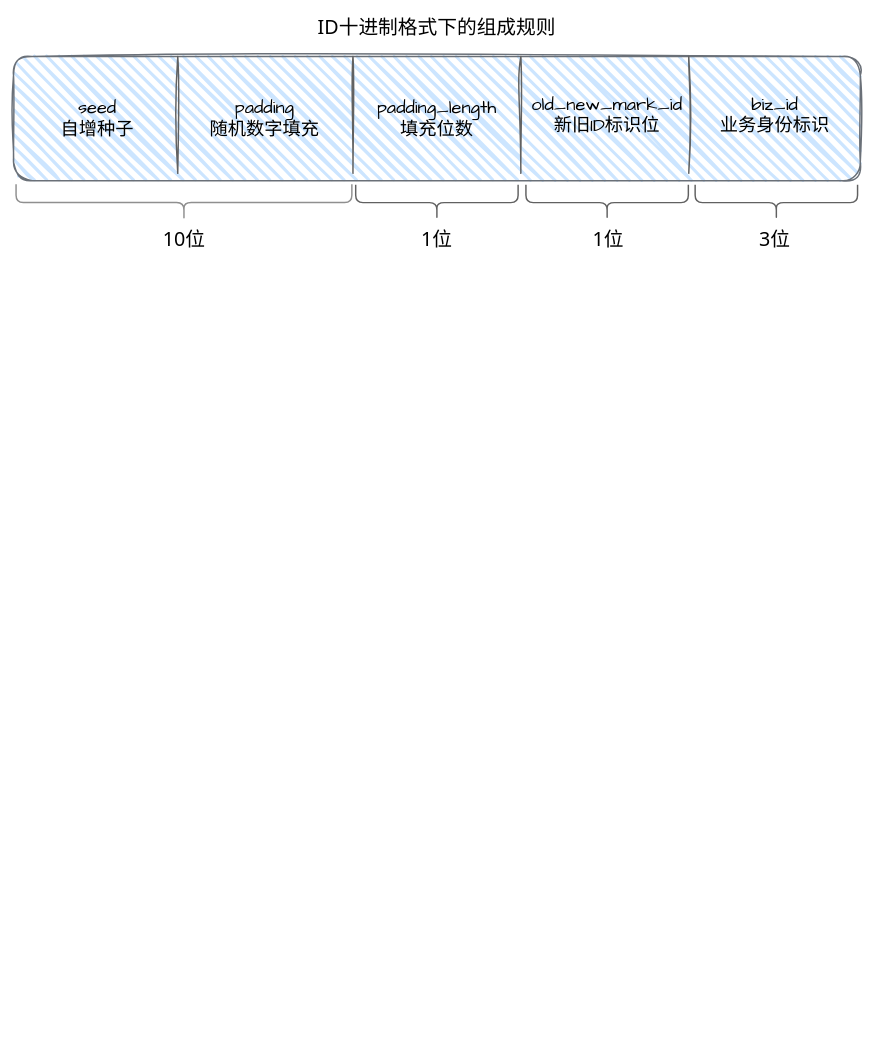
dimdark/my-drawio keeps this draw.io diagram as pictures/csd-id.drawio. Above is the earlier version. Source tidied: cells renumbered, new cells numbered last; positions are measured from the earlier drawing's top-left corner, leaving out a move shared by most shapes. Both pictures are drawn from the tidied source at 73%, with x=0, y=0 at pixel (13, 12).
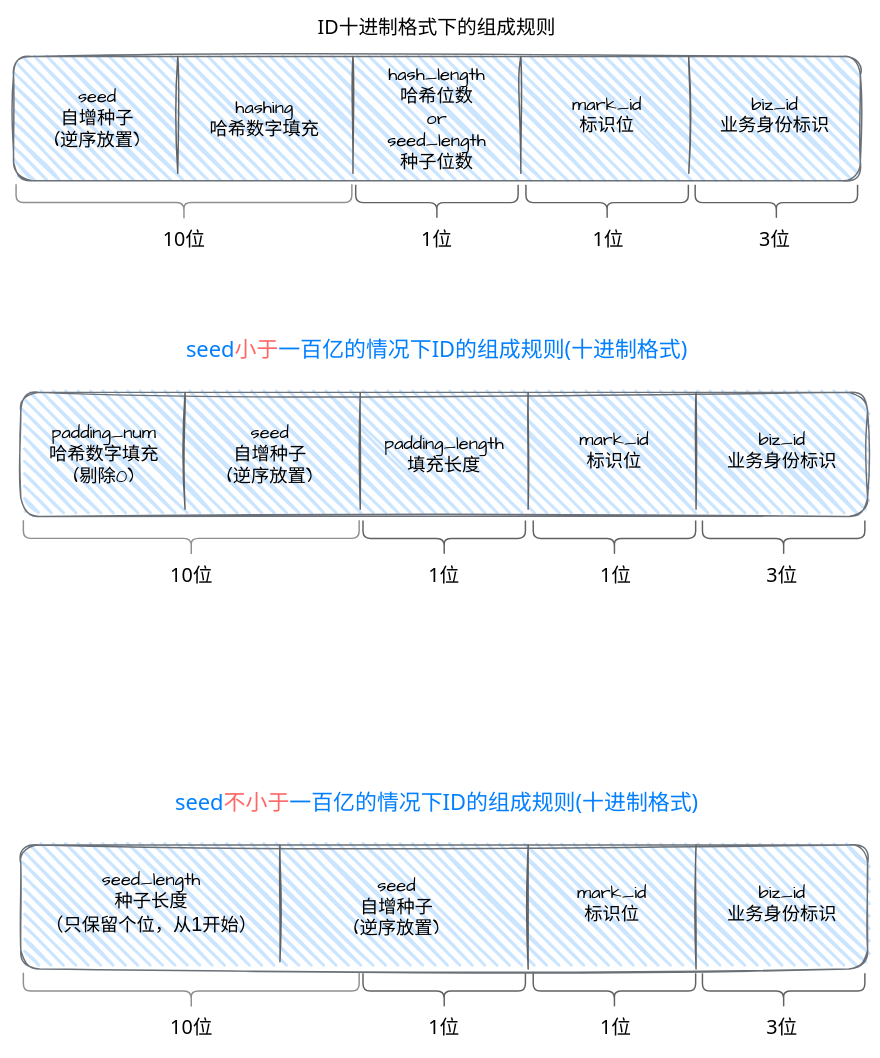
The same page after the edit.

What changed in the source:
```diff
@@
-    <mxCell id="3" value="&lt;font style=&quot;font-size: 25px;&quot;&gt;seed&lt;br style=&quot;font-size: 25px;&quot;&gt;自增种子&lt;/font&gt;" style="text;html=1;strokeColor=none;fillColor=none;align=center;verticalAlign=middle;whiteSpace=wrap;rounded=0;sketch=1;hachureGap=4;jiggle=2;fontFamily=Architects Daughter;fontSize=25;" parent="1" vertex="1">
+    <mxCell id="3" value="&lt;font style=&quot;font-size: 25px;&quot;&gt;seed&lt;br style=&quot;font-size: 25px;&quot;&gt;自增种子&lt;br&gt;(逆序放置)&lt;/font&gt;" style="text;html=1;strokeColor=none;fillColor=none;align=center;verticalAlign=middle;whiteSpace=wrap;rounded=0;sketch=1;hachureGap=4;jiggle=2;fontFamily=Architects Daughter;fontSize=25;" parent="1" vertex="1">
       <mxGeometry x="40" y="110" width="150" height="70" as="geometry" />
     </mxCell>
@@
-    <mxCell id="8" value="&lt;font style=&quot;font-size: 25px;&quot;&gt;padding&lt;br style=&quot;font-size: 25px;&quot;&gt;随机数字填充&lt;br style=&quot;font-size: 25px;&quot;&gt;&lt;/font&gt;" style="text;html=1;strokeColor=none;fillColor=none;align=center;verticalAlign=middle;whiteSpace=wrap;rounded=0;sketch=1;hachureGap=4;jiggle=2;fontFamily=Architects Daughter;fontSize=25;" parent="1" vertex="1">
+    <mxCell id="8" value="&lt;font style=&quot;font-size: 25px;&quot;&gt;hashing&lt;br style=&quot;font-size: 25px;&quot;&gt;哈希数字填充&lt;br style=&quot;font-size: 25px;&quot;&gt;&lt;/font&gt;" style="text;html=1;strokeColor=none;fillColor=none;align=center;verticalAlign=middle;whiteSpace=wrap;rounded=0;sketch=1;hachureGap=4;jiggle=2;fontFamily=Architects Daughter;fontSize=25;" parent="1" vertex="1">
       <mxGeometry x="258.5" y="110" width="170" height="70" as="geometry" />
     </mxCell>
-    <mxCell id="9" value="&lt;font style=&quot;font-size: 25px;&quot;&gt;padding_length&lt;br style=&quot;font-size: 25px;&quot;&gt;填充位数&lt;br style=&quot;font-size: 25px;&quot;&gt;&lt;/font&gt;" style="text;html=1;strokeColor=none;fillColor=none;align=center;verticalAlign=middle;whiteSpace=wrap;rounded=0;sketch=1;hachureGap=4;jiggle=2;fontFamily=Architects Daughter;fontSize=25;" parent="1" vertex="1">
+    <mxCell id="9" value="&lt;font style=&quot;font-size: 25px;&quot;&gt;hash_length&lt;br&gt;哈希位数&lt;br&gt;or&lt;br&gt;seed_length&lt;br style=&quot;font-size: 25px;&quot;&gt;种子位数&lt;br style=&quot;font-size: 25px;&quot;&gt;&lt;/font&gt;" style="text;html=1;strokeColor=none;fillColor=none;align=center;verticalAlign=middle;whiteSpace=wrap;rounded=0;sketch=1;hachureGap=4;jiggle=2;fontFamily=Architects Daughter;fontSize=25;" parent="1" vertex="1">
       <mxGeometry x="495" y="110" width="170" height="70" as="geometry" />
     </mxCell>
-    <mxCell id="10" value="&lt;font style=&quot;font-size: 25px;&quot;&gt;old_new_mark_id&lt;br&gt;新旧ID标识位&lt;br style=&quot;font-size: 25px;&quot;&gt;&lt;br style=&quot;font-size: 25px;&quot;&gt;&lt;/font&gt;" style="text;html=1;strokeColor=none;fillColor=none;align=center;verticalAlign=middle;whiteSpace=wrap;rounded=0;sketch=1;hachureGap=4;jiggle=2;fontFamily=Architects Daughter;fontSize=25;" parent="1" vertex="1">
+    <mxCell id="10" value="&lt;font style=&quot;font-size: 25px;&quot;&gt;mark_id&lt;br&gt;标识位&lt;br style=&quot;font-size: 25px;&quot;&gt;&lt;br style=&quot;font-size: 25px;&quot;&gt;&lt;/font&gt;" style="text;html=1;strokeColor=none;fillColor=none;align=center;verticalAlign=middle;whiteSpace=wrap;rounded=0;sketch=1;hachureGap=4;jiggle=2;fontFamily=Architects Daughter;fontSize=25;" parent="1" vertex="1">
       <mxGeometry x="728.1" y="120" width="170" height="70" as="geometry" />
     </mxCell>
@@
+    <mxCell id="21" value="seed&lt;font color=&quot;#ff6666&quot; style=&quot;font-size: 30px;&quot;&gt;小于&lt;/font&gt;一百亿的情况下ID的组成规则(十进制格式)" style="text;html=1;strokeColor=none;fillColor=none;align=center;verticalAlign=middle;whiteSpace=wrap;rounded=0;shadow=0;glass=0;sketch=0;fillWeight=10;hachureGap=12;jiggle=2;strokeWidth=2;fontFamily=Tahoma;fontSize=30;fontColor=#007FFF;fontStyle=0;" parent="1" vertex="1">
+      <mxGeometry x="230" y="430" width="700" height="60" as="geometry" />
+    </mxCell>
+    <mxCell id="22" style="rounded=1;whiteSpace=wrap;html=1;strokeWidth=2;fillWeight=4;hachureGap=12;hachureAngle=45;fillColor=#cce5ff;sketch=1;jiggle=2;fontFamily=Architects Daughter;fontSize=20;strokeColor=#6A7078;imageAspect=1;shadow=0;glass=0;" parent="1" vertex="1">
+      <mxGeometry x="10" y="520" width="1160" height="170" as="geometry" />
+    </mxCell>
+    <mxCell id="23" value="&lt;font style=&quot;font-size: 25px;&quot;&gt;seed&lt;br style=&quot;font-size: 25px;&quot;&gt;自增种子&lt;br&gt;(逆序放置)&lt;/font&gt;" style="text;html=1;strokeColor=none;fillColor=none;align=center;verticalAlign=middle;whiteSpace=wrap;rounded=0;sketch=1;hachureGap=4;jiggle=2;fontFamily=Architects Daughter;fontSize=25;" parent="1" vertex="1">
+      <mxGeometry x="263.5" y="570" width="175" height="70" as="geometry" />
+    </mxCell>
+    <mxCell id="24" style="line;strokeWidth=2;direction=south;html=1;sketch=1;fillWeight=10;hachureGap=12;jiggle=2;fontFamily=Architects Daughter;fontSize=20;fillColor=#3333FF;strokeColor=#616161;" parent="1" vertex="1">
+      <mxGeometry x="230" y="520" width="10" height="160" as="geometry" />
+    </mxCell>
+    <mxCell id="25" style="line;strokeWidth=2;direction=south;html=1;sketch=1;fillWeight=10;hachureGap=12;jiggle=2;fontFamily=Architects Daughter;fontSize=20;fillColor=#3333FF;strokeColor=#616161;" parent="1" vertex="1">
+      <mxGeometry x="470" y="520" width="10" height="160" as="geometry" />
+    </mxCell>
+    <mxCell id="26" style="line;strokeWidth=2;direction=south;html=1;sketch=1;fillWeight=10;hachureGap=12;jiggle=2;fontFamily=Architects Daughter;fontSize=20;fillColor=#3333FF;strokeColor=#616161;" parent="1" vertex="1">
+      <mxGeometry x="700" y="520" width="10" height="160" as="geometry" />
+    </mxCell>
+    <mxCell id="27" style="line;strokeWidth=2;direction=south;html=1;sketch=1;fillWeight=10;hachureGap=12;jiggle=2;fontFamily=Architects Daughter;fontSize=20;fillColor=#3333FF;strokeColor=#616161;" parent="1" vertex="1">
+      <mxGeometry x="930" y="520" width="10" height="160" as="geometry" />
+    </mxCell>
+    <mxCell id="28" value="&lt;font style=&quot;font-size: 25px;&quot;&gt;padding_num&lt;br style=&quot;font-size: 25px;&quot;&gt;哈希数字填充(剔除0)&lt;br style=&quot;font-size: 25px;&quot;&gt;&lt;/font&gt;" style="text;html=1;strokeColor=none;fillColor=none;align=center;verticalAlign=middle;whiteSpace=wrap;rounded=0;sketch=1;hachureGap=4;jiggle=2;fontFamily=Architects Daughter;fontSize=25;" parent="1" vertex="1">
+      <mxGeometry x="38.5" y="570" width="170" height="70" as="geometry" />
+    </mxCell>
+    <mxCell id="29" value="&lt;font style=&quot;font-size: 25px;&quot;&gt;padding_length&lt;br&gt;填充长度&lt;br style=&quot;font-size: 25px;&quot;&gt;&lt;/font&gt;" style="text;html=1;strokeColor=none;fillColor=none;align=center;verticalAlign=middle;whiteSpace=wrap;rounded=0;sketch=1;hachureGap=4;jiggle=2;fontFamily=Architects Daughter;fontSize=25;" parent="1" vertex="1">
+      <mxGeometry x="505" y="570" width="170" height="70" as="geometry" />
+    </mxCell>
+    <mxCell id="30" value="&lt;font style=&quot;font-size: 25px;&quot;&gt;mark_id&lt;br&gt;标识位&lt;br style=&quot;font-size: 25px;&quot;&gt;&lt;br style=&quot;font-size: 25px;&quot;&gt;&lt;/font&gt;" style="text;html=1;strokeColor=none;fillColor=none;align=center;verticalAlign=middle;whiteSpace=wrap;rounded=0;sketch=1;hachureGap=4;jiggle=2;fontFamily=Architects Daughter;fontSize=25;" parent="1" vertex="1">
+      <mxGeometry x="738.1" y="580" width="170" height="70" as="geometry" />
+    </mxCell>
+    <mxCell id="31" value="&lt;font style=&quot;font-size: 25px;&quot;&gt;biz_id&lt;br style=&quot;font-size: 25px;&quot;&gt;业务身份标识&lt;br style=&quot;font-size: 25px;&quot;&gt;&lt;/font&gt;" style="text;html=1;strokeColor=none;fillColor=none;align=center;verticalAlign=middle;whiteSpace=wrap;rounded=0;sketch=1;hachureGap=4;jiggle=2;fontFamily=Architects Daughter;fontSize=25;" parent="1" vertex="1">
+      <mxGeometry x="968.1" y="565" width="170" height="70" as="geometry" />
+    </mxCell>
+    <mxCell id="32" style="shape=curlyBracket;whiteSpace=wrap;html=1;rounded=1;labelPosition=left;verticalLabelPosition=middle;align=right;verticalAlign=middle;shadow=0;glass=0;sketch=0;fillWeight=10;hachureGap=12;jiggle=2;strokeColor=#8F8F8F;strokeWidth=2;fontFamily=Architects Daughter;fontSize=25;fillColor=#3333FF;rotation=-90;gradientColor=default;" parent="1" vertex="1">
+      <mxGeometry x="218.5" y="490" width="50" height="460" as="geometry" />
+    </mxCell>
+    <mxCell id="33" style="shape=curlyBracket;whiteSpace=wrap;html=1;rounded=1;labelPosition=left;verticalLabelPosition=middle;align=right;verticalAlign=middle;shadow=0;glass=0;sketch=0;fillWeight=10;hachureGap=12;jiggle=2;strokeColor=#616161;strokeWidth=2;fontFamily=Architects Daughter;fontSize=25;fillColor=#3333FF;rotation=-90;" parent="1" vertex="1">
+      <mxGeometry x="565.6" y="608.8" width="48.8" height="222.5" as="geometry" />
+    </mxCell>
+    <mxCell id="34" style="shape=curlyBracket;whiteSpace=wrap;html=1;rounded=1;labelPosition=left;verticalLabelPosition=middle;align=right;verticalAlign=middle;shadow=0;glass=0;sketch=0;fillWeight=10;hachureGap=12;jiggle=2;strokeColor=#616161;strokeWidth=2;fontFamily=Architects Daughter;fontSize=25;fillColor=#3333FF;rotation=-90;" parent="1" vertex="1">
+      <mxGeometry x="798.8" y="608.8" width="48.8" height="222.5" as="geometry" />
+    </mxCell>
+    <mxCell id="35" style="shape=curlyBracket;whiteSpace=wrap;html=1;rounded=1;labelPosition=left;verticalLabelPosition=middle;align=right;verticalAlign=middle;shadow=0;glass=0;sketch=0;fillWeight=10;hachureGap=12;jiggle=2;strokeColor=#616161;strokeWidth=2;fontFamily=Architects Daughter;fontSize=25;fillColor=#3333FF;rotation=-90;" parent="1" vertex="1">
+      <mxGeometry x="1030.6" y="608.8" width="48.8" height="222.5" as="geometry" />
+    </mxCell>
+    <mxCell id="36" value="10位" style="text;html=1;strokeColor=none;fillColor=none;align=center;verticalAlign=middle;whiteSpace=wrap;rounded=0;shadow=0;glass=0;sketch=1;fillWeight=10;hachureGap=12;jiggle=2;strokeWidth=2;fontFamily=Tahoma;fontSize=27;" parent="1" vertex="1">
+      <mxGeometry x="187.8" y="745" width="111.5" height="50" as="geometry" />
+    </mxCell>
+    <mxCell id="37" value="1位" style="text;html=1;strokeColor=none;fillColor=none;align=center;verticalAlign=middle;whiteSpace=wrap;rounded=0;shadow=0;glass=0;sketch=1;fillWeight=10;hachureGap=12;jiggle=2;strokeWidth=2;fontFamily=Tahoma;fontSize=27;" parent="1" vertex="1">
+      <mxGeometry x="545" y="750" width="90" height="40" as="geometry" />
+    </mxCell>
+    <mxCell id="38" value="1位" style="text;html=1;strokeColor=none;fillColor=none;align=center;verticalAlign=middle;whiteSpace=wrap;rounded=0;shadow=0;glass=0;sketch=1;fillWeight=10;hachureGap=12;jiggle=2;strokeWidth=2;fontFamily=Tahoma;fontSize=27;" parent="1" vertex="1">
+      <mxGeometry x="780" y="750" width="90" height="40" as="geometry" />
+    </mxCell>
+    <mxCell id="39" value="3位" style="text;html=1;strokeColor=none;fillColor=none;align=center;verticalAlign=middle;whiteSpace=wrap;rounded=0;shadow=0;glass=0;sketch=1;fillWeight=10;hachureGap=12;jiggle=2;strokeWidth=2;fontFamily=Tahoma;fontSize=27;" parent="1" vertex="1">
+      <mxGeometry x="1008.1" y="750" width="90" height="40" as="geometry" />
+    </mxCell>
+    <mxCell id="40" style="rounded=1;whiteSpace=wrap;html=1;strokeWidth=2;fillWeight=4;hachureGap=12;hachureAngle=45;fillColor=#cce5ff;sketch=1;jiggle=2;fontFamily=Architects Daughter;fontSize=20;strokeColor=#6A7078;imageAspect=1;shadow=0;glass=0;" parent="1" vertex="1">
+      <mxGeometry x="10" y="1140" width="1160" height="170" as="geometry" />
+    </mxCell>
+    <mxCell id="41" value="&lt;font style=&quot;font-size: 25px;&quot;&gt;seed&lt;br style=&quot;font-size: 25px;&quot;&gt;自增种子&lt;br&gt;(逆序放置)&lt;/font&gt;" style="text;html=1;strokeColor=none;fillColor=none;align=center;verticalAlign=middle;whiteSpace=wrap;rounded=0;sketch=1;hachureGap=4;jiggle=2;fontFamily=Architects Daughter;fontSize=25;" parent="1" vertex="1">
+      <mxGeometry x="385" y="1180" width="280" height="90" as="geometry" />
+    </mxCell>
+    <mxCell id="42" style="line;strokeWidth=2;direction=south;html=1;sketch=1;fillWeight=10;hachureGap=12;jiggle=2;fontFamily=Architects Daughter;fontSize=20;fillColor=#3333FF;strokeColor=#616161;" parent="1" vertex="1">
+      <mxGeometry x="930" y="1140" width="10" height="170" as="geometry" />
+    </mxCell>
+    <mxCell id="43" value="&lt;font style=&quot;&quot;&gt;seed_length&lt;br style=&quot;font-size: 25px;&quot;&gt;种子长度&lt;br&gt;（只保留个位，从&lt;font style=&quot;font-size: 27px;&quot; face=&quot;Helvetica&quot;&gt;1&lt;/font&gt;开始）&lt;br style=&quot;font-size: 25px;&quot;&gt;&lt;/font&gt;" style="text;html=1;strokeColor=none;fillColor=none;align=center;verticalAlign=middle;whiteSpace=wrap;rounded=0;sketch=1;hachureGap=4;jiggle=2;fontFamily=Architects Daughter;fontSize=25;" parent="1" vertex="1">
+      <mxGeometry x="38.5" y="1180" width="300" height="80" as="geometry" />
+    </mxCell>
+    <mxCell id="44" value="&lt;font style=&quot;font-size: 25px;&quot;&gt;mark_id&lt;br&gt;标识位&lt;br style=&quot;font-size: 25px;&quot;&gt;&lt;/font&gt;" style="text;html=1;strokeColor=none;fillColor=none;align=center;verticalAlign=middle;whiteSpace=wrap;rounded=0;sketch=1;hachureGap=4;jiggle=2;fontFamily=Architects Daughter;fontSize=25;" parent="1" vertex="1">
+      <mxGeometry x="735" y="1185" width="170" height="70" as="geometry" />
+    </mxCell>
+    <mxCell id="45" value="&lt;font style=&quot;font-size: 25px;&quot;&gt;biz_id&lt;br style=&quot;font-size: 25px;&quot;&gt;业务身份标识&lt;br style=&quot;font-size: 25px;&quot;&gt;&lt;/font&gt;" style="text;html=1;strokeColor=none;fillColor=none;align=center;verticalAlign=middle;whiteSpace=wrap;rounded=0;sketch=1;hachureGap=4;jiggle=2;fontFamily=Architects Daughter;fontSize=25;" parent="1" vertex="1">
+      <mxGeometry x="968.1" y="1185" width="170" height="70" as="geometry" />
+    </mxCell>
+    <mxCell id="46" style="shape=curlyBracket;whiteSpace=wrap;html=1;rounded=1;labelPosition=left;verticalLabelPosition=middle;align=right;verticalAlign=middle;shadow=0;glass=0;sketch=0;fillWeight=10;hachureGap=12;jiggle=2;strokeColor=#8F8F8F;strokeWidth=2;fontFamily=Architects Daughter;fontSize=25;fillColor=#3333FF;rotation=-90;gradientColor=default;" parent="1" vertex="1">
+      <mxGeometry x="218.5" y="1110" width="50" height="460" as="geometry" />
+    </mxCell>
+    <mxCell id="47" style="shape=curlyBracket;whiteSpace=wrap;html=1;rounded=1;labelPosition=left;verticalLabelPosition=middle;align=right;verticalAlign=middle;shadow=0;glass=0;sketch=0;fillWeight=10;hachureGap=12;jiggle=2;strokeColor=#616161;strokeWidth=2;fontFamily=Architects Daughter;fontSize=25;fillColor=#3333FF;rotation=-90;" parent="1" vertex="1">
+      <mxGeometry x="565.6" y="1228.8" width="48.8" height="222.5" as="geometry" />
+    </mxCell>
+    <mxCell id="48" style="shape=curlyBracket;whiteSpace=wrap;html=1;rounded=1;labelPosition=left;verticalLabelPosition=middle;align=right;verticalAlign=middle;shadow=0;glass=0;sketch=0;fillWeight=10;hachureGap=12;jiggle=2;strokeColor=#616161;strokeWidth=2;fontFamily=Architects Daughter;fontSize=25;fillColor=#3333FF;rotation=-90;" parent="1" vertex="1">
+      <mxGeometry x="798.8" y="1228.8" width="48.8" height="222.5" as="geometry" />
+    </mxCell>
+    <mxCell id="49" style="shape=curlyBracket;whiteSpace=wrap;html=1;rounded=1;labelPosition=left;verticalLabelPosition=middle;align=right;verticalAlign=middle;shadow=0;glass=0;sketch=0;fillWeight=10;hachureGap=12;jiggle=2;strokeColor=#616161;strokeWidth=2;fontFamily=Architects Daughter;fontSize=25;fillColor=#3333FF;rotation=-90;" parent="1" vertex="1">
+      <mxGeometry x="1030.6" y="1228.8" width="48.8" height="222.5" as="geometry" />
+    </mxCell>
+    <mxCell id="50" value="10位" style="text;html=1;strokeColor=none;fillColor=none;align=center;verticalAlign=middle;whiteSpace=wrap;rounded=0;shadow=0;glass=0;sketch=1;fillWeight=10;hachureGap=12;jiggle=2;strokeWidth=2;fontFamily=Tahoma;fontSize=27;" parent="1" vertex="1">
+      <mxGeometry x="187.8" y="1365" width="111.5" height="50" as="geometry" />
+    </mxCell>
+    <mxCell id="51" value="1位" style="text;html=1;strokeColor=none;fillColor=none;align=center;verticalAlign=middle;whiteSpace=wrap;rounded=0;shadow=0;glass=0;sketch=1;fillWeight=10;hachureGap=12;jiggle=2;strokeWidth=2;fontFamily=Tahoma;fontSize=27;" parent="1" vertex="1">
+      <mxGeometry x="545" y="1370" width="90" height="40" as="geometry" />
+    </mxCell>
+    <mxCell id="52" value="1位" style="text;html=1;strokeColor=none;fillColor=none;align=center;verticalAlign=middle;whiteSpace=wrap;rounded=0;shadow=0;glass=0;sketch=1;fillWeight=10;hachureGap=12;jiggle=2;strokeWidth=2;fontFamily=Tahoma;fontSize=27;" parent="1" vertex="1">
+      <mxGeometry x="780" y="1370" width="90" height="40" as="geometry" />
+    </mxCell>
+    <mxCell id="53" value="3位" style="text;html=1;strokeColor=none;fillColor=none;align=center;verticalAlign=middle;whiteSpace=wrap;rounded=0;shadow=0;glass=0;sketch=1;fillWeight=10;hachureGap=12;jiggle=2;strokeWidth=2;fontFamily=Tahoma;fontSize=27;" parent="1" vertex="1">
+      <mxGeometry x="1008.1" y="1370" width="90" height="40" as="geometry" />
+    </mxCell>
+    <mxCell id="54" value="&lt;span style=&quot;color: rgb(0, 127, 255); font-size: 30px;&quot;&gt;seed&lt;/span&gt;&lt;font color=&quot;#ff6666&quot; style=&quot;font-size: 30px;&quot;&gt;不小于&lt;/font&gt;&lt;span style=&quot;color: rgb(0, 127, 255); font-size: 30px;&quot;&gt;一百亿的情况下ID的组成规则(十进制格式)&lt;/span&gt;" style="text;html=1;strokeColor=none;fillColor=none;align=center;verticalAlign=middle;whiteSpace=wrap;rounded=0;shadow=0;glass=0;sketch=0;fillWeight=10;hachureGap=12;jiggle=2;strokeWidth=2;fontFamily=Tahoma;fontSize=30;" parent="1" vertex="1">
+      <mxGeometry x="218.5" y="1050" width="721.5" height="60" as="geometry" />
+    </mxCell>
+    <mxCell id="55" style="line;strokeWidth=2;direction=south;html=1;sketch=1;fillWeight=10;hachureGap=12;jiggle=2;fontFamily=Architects Daughter;fontSize=20;fillColor=#3333FF;strokeColor=#616161;" parent="1" vertex="1">
+      <mxGeometry x="360" y="1140" width="10" height="160" as="geometry" />
+    </mxCell>
+    <mxCell id="56" style="line;strokeWidth=2;direction=south;html=1;sketch=1;fillWeight=10;hachureGap=12;jiggle=2;fontFamily=Architects Daughter;fontSize=20;fillColor=#3333FF;strokeColor=#616161;" parent="1" vertex="1">
+      <mxGeometry x="700" y="1140" width="10" height="170" as="geometry" />
+    </mxCell>
```
